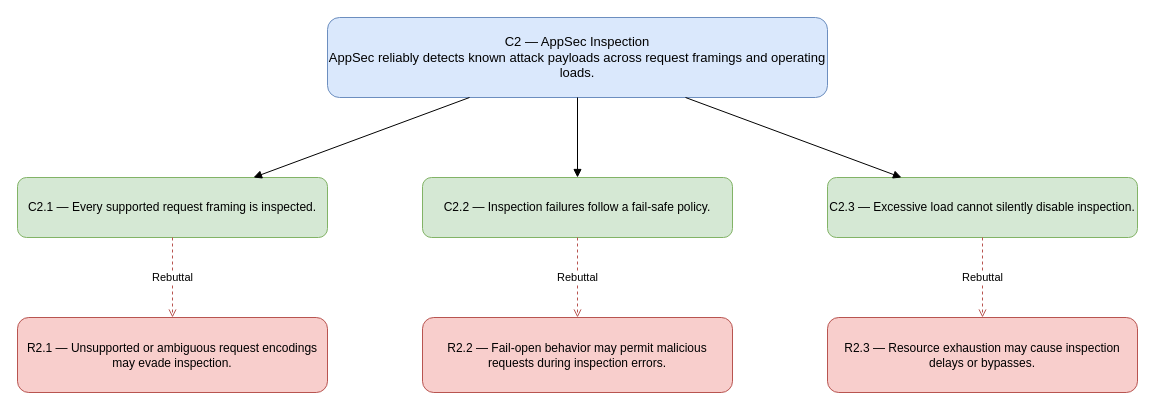
The draw.io diagram page "C2 AppSec Inspection" (2 of 5) of resources/static/assurane-claims/top-level-claims-subclaims-rebuttals-v1.drawio in HapticLazier2/CSCI-8420-Group-2, before the edit. Source tidied: cells renumbered, new cells numbered last; positions are measured from the earlier drawing's top-left corner, leaving out a move shared by most shapes. Both pictures are drawn from the tidied source at 100%, with x=0, y=0 at pixel (17, 17).
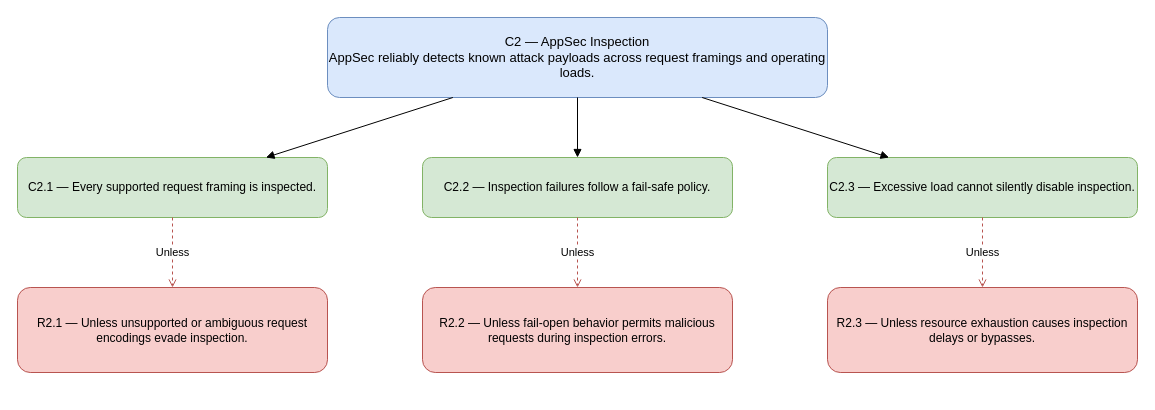
The same page after the edit.

Commit message (it also covers changes not shown here):
Modified the rebuttals to ensure the 'Unless' word exists

What changed in the source:
```diff
@@
 <mxGraphModel>
   <root>
     <mxCell id="0" />
     <mxCell id="1" parent="0" />
     <mxCell id="2" value="C2 — AppSec Inspection&#10;AppSec reliably detects known attack payloads across request framings and operating loads." style="rounded=1;whiteSpace=wrap;html=1;fillColor=#dae8fc;strokeColor=#6c8ebf;fontSize=13;" parent="1" vertex="1">
       <mxGeometry x="310" width="500" height="80" as="geometry" />
     </mxCell>
     <mxCell id="3" value="C2.1 — Every supported request framing is inspected." style="rounded=1;whiteSpace=wrap;html=1;fillColor=#d5e8d4;strokeColor=#82b366;" parent="1" vertex="1">
-      <mxGeometry y="160" width="310" height="60" as="geometry" />
+      <mxGeometry y="140" width="310" height="60" as="geometry" />
     </mxCell>
     <mxCell id="4" value="C2.2 — Inspection failures follow a fail-safe policy." style="rounded=1;whiteSpace=wrap;html=1;fillColor=#d5e8d4;strokeColor=#82b366;" parent="1" vertex="1">
-      <mxGeometry x="405" y="160" width="310" height="60" as="geometry" />
+      <mxGeometry x="405" y="140" width="310" height="60" as="geometry" />
     </mxCell>
     <mxCell id="5" value="C2.3 — Excessive load cannot silently disable inspection." style="rounded=1;whiteSpace=wrap;html=1;fillColor=#d5e8d4;strokeColor=#82b366;" parent="1" vertex="1">
-      <mxGeometry x="810" y="160" width="310" height="60" as="geometry" />
+      <mxGeometry x="810" y="140" width="310" height="60" as="geometry" />
     </mxCell>
-    <mxCell id="6" value="R2.1 — Unsupported or ambiguous request encodings may evade inspection." style="rounded=1;whiteSpace=wrap;html=1;fillColor=#f8cecc;strokeColor=#b85450;" parent="1" vertex="1">
-      <mxGeometry y="300" width="310" height="75" as="geometry" />
+    <mxCell id="6" value="R2.1 — Unless unsupported or ambiguous request encodings evade inspection." style="rounded=1;whiteSpace=wrap;html=1;fillColor=#f8cecc;strokeColor=#b85450;" parent="1" vertex="1">
+      <mxGeometry y="270" width="310" height="85" as="geometry" />
     </mxCell>
-    <mxCell id="7" value="R2.2 — Fail-open behavior may permit malicious requests during inspection errors." style="rounded=1;whiteSpace=wrap;html=1;fillColor=#f8cecc;strokeColor=#b85450;" parent="1" vertex="1">
-      <mxGeometry x="405" y="300" width="310" height="75" as="geometry" />
+    <mxCell id="7" value="R2.2 — Unless fail-open behavior permits malicious requests during inspection errors." style="rounded=1;whiteSpace=wrap;html=1;fillColor=#f8cecc;strokeColor=#b85450;" parent="1" vertex="1">
+      <mxGeometry x="405" y="270" width="310" height="85" as="geometry" />
     </mxCell>
-    <mxCell id="8" value="R2.3 — Resource exhaustion may cause inspection delays or bypasses." style="rounded=1;whiteSpace=wrap;html=1;fillColor=#f8cecc;strokeColor=#b85450;" parent="1" vertex="1">
-      <mxGeometry x="810" y="300" width="310" height="75" as="geometry" />
+    <mxCell id="8" value="R2.3 — Unless resource exhaustion causes inspection delays or bypasses." style="rounded=1;whiteSpace=wrap;html=1;fillColor=#f8cecc;strokeColor=#b85450;" parent="1" vertex="1">
+      <mxGeometry x="810" y="270" width="310" height="85" as="geometry" />
     </mxCell>
     <mxCell id="9" style="endArrow=block;html=1;" parent="1" edge="1" source="2" target="3">
       <mxGeometry relative="1" as="geometry" />
     </mxCell>
     <mxCell id="10" style="endArrow=block;html=1;" parent="1" edge="1" source="2" target="4">
       <mxGeometry relative="1" as="geometry" />
     </mxCell>
     <mxCell id="11" style="endArrow=block;html=1;" parent="1" edge="1" source="2" target="5">
       <mxGeometry relative="1" as="geometry" />
     </mxCell>
-    <mxCell id="12" value="Rebuttal" style="endArrow=open;dashed=1;strokeColor=#b85450;html=1;" parent="1" edge="1" source="3" target="6">
+    <mxCell id="12" value="Unless" style="dashed=1;endArrow=open;strokeColor=#b85450;html=1;" parent="1" edge="1" source="3" target="6">
       <mxGeometry relative="1" as="geometry" />
     </mxCell>
-    <mxCell id="13" value="Rebuttal" style="endArrow=open;dashed=1;strokeColor=#b85450;html=1;" parent="1" edge="1" source="4" target="7">
+    <mxCell id="13" value="Unless" style="dashed=1;endArrow=open;strokeColor=#b85450;html=1;" parent="1" edge="1" source="4" target="7">
       <mxGeometry relative="1" as="geometry" />
     </mxCell>
-    <mxCell id="14" value="Rebuttal" style="endArrow=open;dashed=1;strokeColor=#b85450;html=1;" parent="1" edge="1" source="5" target="8">
+    <mxCell id="14" value="Unless" style="dashed=1;endArrow=open;strokeColor=#b85450;html=1;" parent="1" edge="1" source="5" target="8">
       <mxGeometry relative="1" as="geometry" />
     </mxCell>
   </root>
 </mxGraphModel>
```
